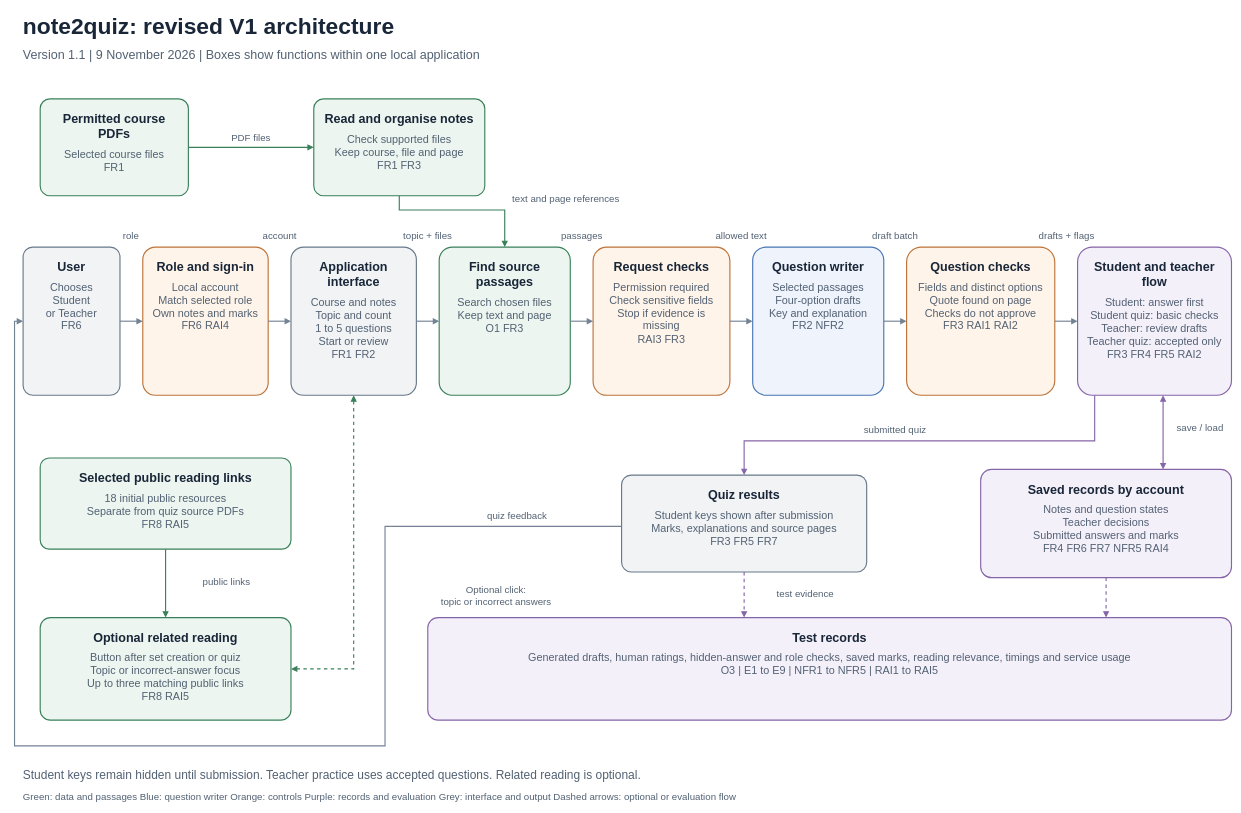
adamiskandarr05/NOTE2QUIZ keeps this draw.io diagram as docs/week2_architecture_v1.drawio. Above is the earlier version. Source tidied: cells renumbered, new cells numbered last; positions are measured from the earlier drawing's top-left corner, leaving out a move shared by most shapes. Both pictures are drawn from the tidied source at 57%, with x=0, y=0 at pixel (14, 10).
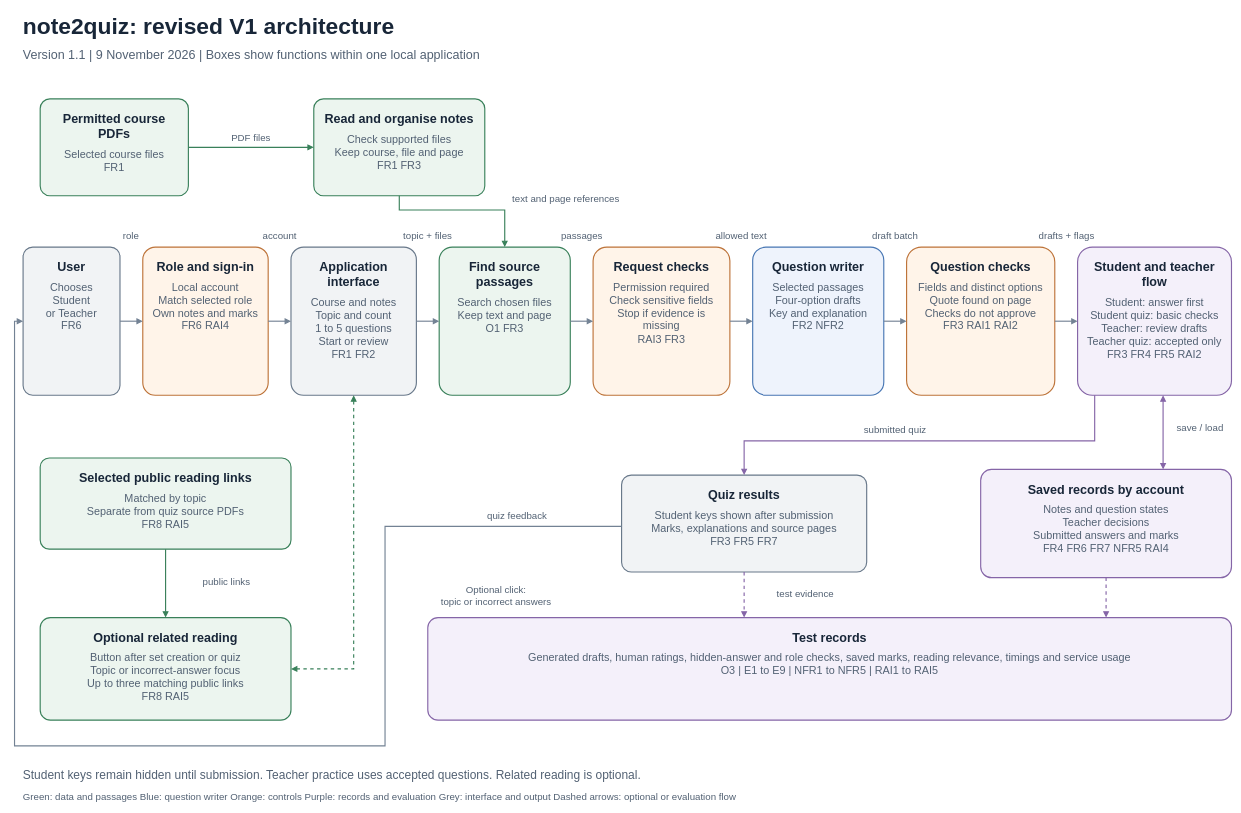
Above is the later version.

Unchanged cells that the change refers to:
```xml
<mxCell id="40" style="rounded=1;arcSize=10;fillColor=#ECF5EF;strokeColor=#39805A;strokeWidth=2;" parent="1" vertex="1">
  <mxGeometry x="45" y="786" width="440" height="160" as="geometry" />
</mxCell>
```

Diff of the diagram source:
```diff
@@
-    <mxCell id="42" value="18 initial public resources&#10;Separate from quiz source PDFs&#10;FR8 RAI5" style="text;html=0;whiteSpace=wrap;align=center;verticalAlign=top;spacing=0;fontFamily=Arial;fontSize=19;fontStyle=0;fontColor=#526173;fillColor=none;strokeColor=none;" parent="40" vertex="1">
+    <mxCell id="42" value="Matched by topic&#10;Separate from quiz source PDFs&#10;FR8 RAI5" style="text;html=0;whiteSpace=wrap;align=center;verticalAlign=top;spacing=0;fontFamily=Arial;fontSize=19;fontStyle=0;fontColor=#526173;fillColor=none;strokeColor=none;" parent="40" vertex="1">
       <mxGeometry x="14" y="54.5" width="412" height="75.2" as="geometry" />
     </mxCell>
```
